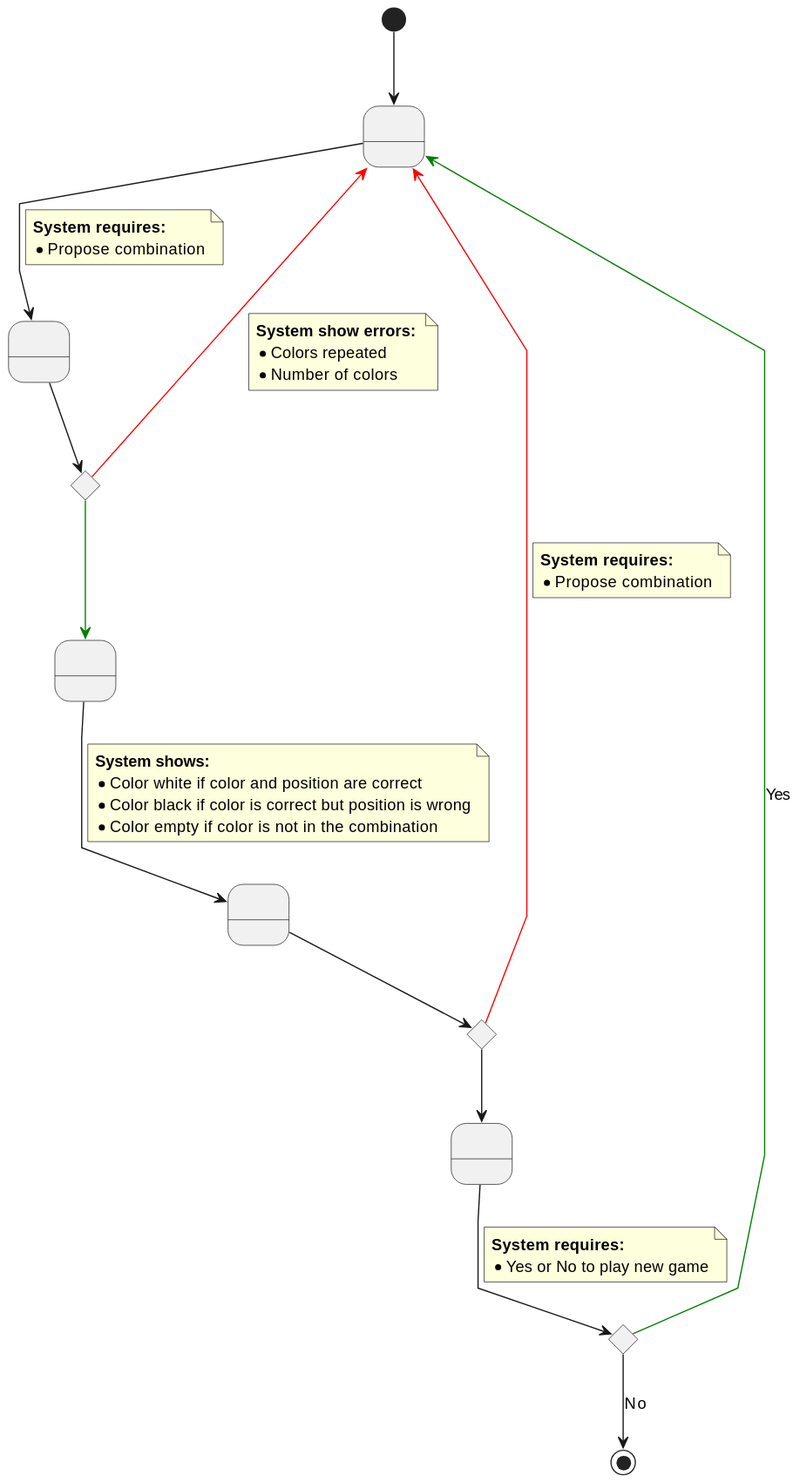
vfred0/mastermind keeps this PlantUML diagram as docs/images/1-requeriments/2-use-cases-specifications/game.svg. Above is the earlier version.
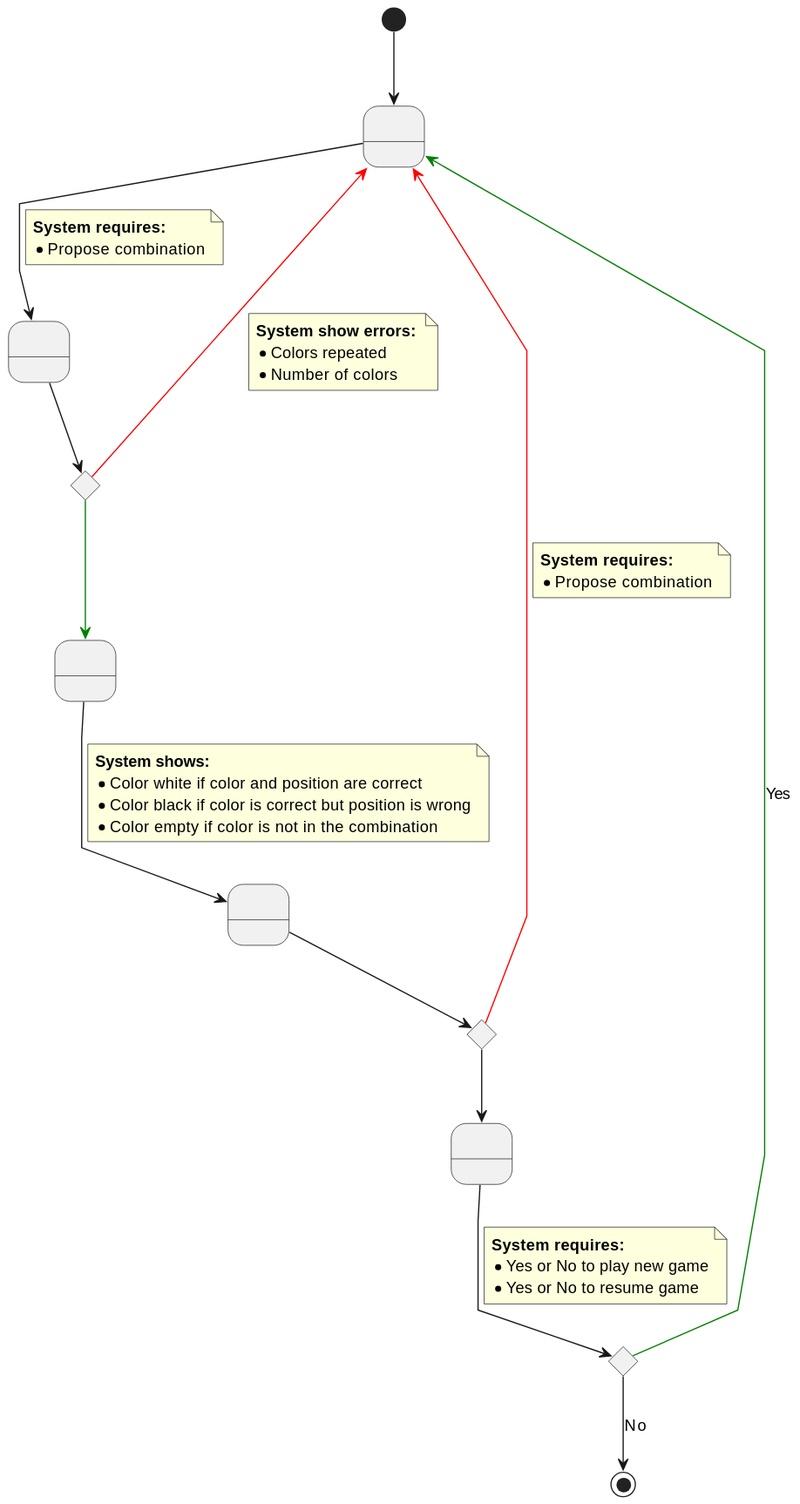
The same file after the commit.

Diff of the diagram source:
```diff
@@ -50,6 +50,7 @@
 note on link
     <b>System requires: </b>
     * Yes or No to play new game
+    * Yes or No to resume game
 end note
 
 GC3 -COLOR_GREEN-> GS1: Yes
```
